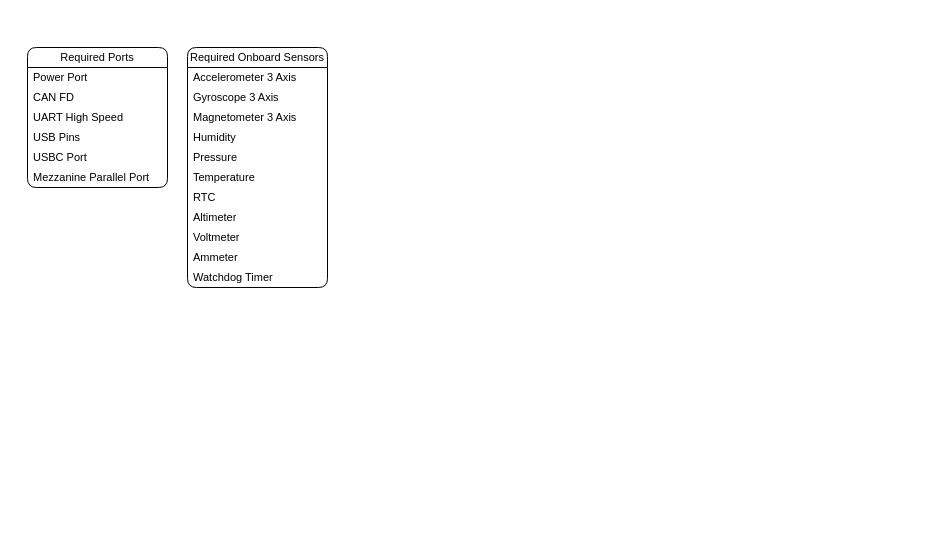
Before: page "Brainstorm" (2 of 2) of Documents/Diagram.drawio in Ornithopter-Project/Bird-Brain, a draw.io diagram. Source tidied: cells renumbered, new cells numbered last; positions are measured from the earlier drawing's top-left corner, leaving out a move shared by most shapes. Both pictures are drawn from the tidied source at 100%, with x=0, y=0 at pixel (27, 47).
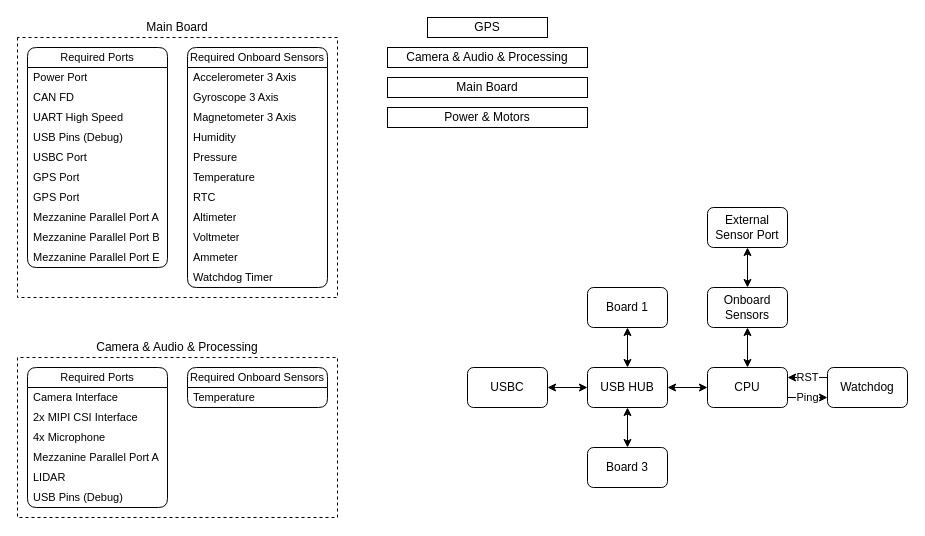
The same page after the edit.

The edit, as a diff of the source:
```diff
@@
     <mxCell id="2" value="Required Ports" style="swimlane;fontStyle=0;horizontal=1;startSize=20;whiteSpace=wrap;html=1;fontFamily=Helvetica;fontSize=11;fontColor=default;labelBackgroundColor=default;rounded=1;" parent="1" vertex="1">
-      <mxGeometry width="140" height="140" as="geometry" />
+      <mxGeometry width="140" height="220" as="geometry" />
     </mxCell>
@@
-    <mxCell id="6" value="USB Pins" style="text;strokeColor=none;fillColor=none;align=left;verticalAlign=middle;spacingLeft=4;spacingRight=4;overflow=hidden;whiteSpace=wrap;html=1;fontFamily=Helvetica;fontSize=11;fontColor=default;labelBackgroundColor=default;" parent="2" vertex="1">
+    <mxCell id="6" value="USB Pins (Debug)" style="text;strokeColor=none;fillColor=none;align=left;verticalAlign=middle;spacingLeft=4;spacingRight=4;overflow=hidden;whiteSpace=wrap;html=1;fontFamily=Helvetica;fontSize=11;fontColor=default;labelBackgroundColor=default;" parent="2" vertex="1">
       <mxGeometry y="80" width="140" height="20" as="geometry" />
     </mxCell>
@@
+    <mxCell id="21" value="GPS Port" style="text;strokeColor=none;fillColor=none;align=left;verticalAlign=middle;spacingLeft=4;spacingRight=4;overflow=hidden;whiteSpace=wrap;html=1;fontFamily=Helvetica;fontSize=11;fontColor=default;labelBackgroundColor=default;" parent="2" vertex="1">
+      <mxGeometry y="120" width="140" height="20" as="geometry" />
+    </mxCell>
+    <mxCell id="22" value="GPS Port" style="text;strokeColor=none;fillColor=none;align=left;verticalAlign=middle;spacingLeft=4;spacingRight=4;overflow=hidden;whiteSpace=wrap;html=1;fontFamily=Helvetica;fontSize=11;fontColor=default;labelBackgroundColor=default;" parent="2" vertex="1">
+      <mxGeometry y="140" width="140" height="20" as="geometry" />
+    </mxCell>
-    <mxCell id="8" value="Mezzanine Parallel Port" style="text;strokeColor=none;fillColor=none;align=left;verticalAlign=middle;spacingLeft=4;spacingRight=4;overflow=hidden;whiteSpace=wrap;html=1;fontFamily=Helvetica;fontSize=11;fontColor=default;labelBackgroundColor=default;" parent="2" vertex="1">
-      <mxGeometry y="120" width="140" height="20" as="geometry" />
+    <mxCell id="8" value="Mezzanine Parallel Port A" style="text;strokeColor=none;fillColor=none;align=left;verticalAlign=middle;spacingLeft=4;spacingRight=4;overflow=hidden;whiteSpace=wrap;html=1;fontFamily=Helvetica;fontSize=11;fontColor=default;labelBackgroundColor=default;" parent="2" vertex="1">
+      <mxGeometry y="160" width="140" height="20" as="geometry" />
     </mxCell>
+    <mxCell id="23" value="Mezzanine Parallel Port B" style="text;strokeColor=none;fillColor=none;align=left;verticalAlign=middle;spacingLeft=4;spacingRight=4;overflow=hidden;whiteSpace=wrap;html=1;fontFamily=Helvetica;fontSize=11;fontColor=default;labelBackgroundColor=default;" parent="2" vertex="1">
+      <mxGeometry y="180" width="140" height="20" as="geometry" />
+    </mxCell>
+    <mxCell id="24" value="Mezzanine Parallel Port E" style="text;strokeColor=none;fillColor=none;align=left;verticalAlign=middle;spacingLeft=4;spacingRight=4;overflow=hidden;whiteSpace=wrap;html=1;fontFamily=Helvetica;fontSize=11;fontColor=default;labelBackgroundColor=default;" parent="2" vertex="1">
+      <mxGeometry y="200" width="140" height="20" as="geometry" />
+    </mxCell>
@@
+    <mxCell id="25" value="Ping" style="edgeStyle=orthogonalEdgeStyle;rounded=0;jettySize=auto;html=1;exitX=1;exitY=0.75;exitDx=0;exitDy=0;entryX=0;entryY=0.75;entryDx=0;entryDy=0;" parent="1" edge="1" source="26" target="31">
+      <mxGeometry relative="1" as="geometry" />
+    </mxCell>
+    <mxCell id="26" value="CPU" style="rounded=1;whiteSpace=wrap;html=1;" parent="1" vertex="1">
+      <mxGeometry x="680" y="320" width="80" height="40" as="geometry" />
+    </mxCell>
+    <mxCell id="27" style="edgeStyle=orthogonalEdgeStyle;rounded=0;jettySize=auto;html=1;exitX=0.5;exitY=1;exitDx=0;exitDy=0;entryX=0.5;entryY=0;entryDx=0;entryDy=0;startArrow=classic;startFill=1;" parent="1" edge="1" source="29" target="26">
+      <mxGeometry relative="1" as="geometry" />
+    </mxCell>
+    <mxCell id="28" style="edgeStyle=orthogonalEdgeStyle;rounded=0;jettySize=auto;html=1;exitX=0.5;exitY=0;exitDx=0;exitDy=0;entryX=0.5;entryY=1;entryDx=0;entryDy=0;startArrow=classic;startFill=1;" parent="1" edge="1" source="29" target="32">
+      <mxGeometry relative="1" as="geometry" />
+    </mxCell>
+    <mxCell id="29" value="Onboard Sensors" style="rounded=1;whiteSpace=wrap;html=1;" parent="1" vertex="1">
+      <mxGeometry x="680" y="240" width="80" height="40" as="geometry" />
+    </mxCell>
+    <mxCell id="30" value="RST" style="edgeStyle=orthogonalEdgeStyle;rounded=0;jettySize=auto;html=1;exitX=0;exitY=0.25;exitDx=0;exitDy=0;entryX=1;entryY=0.25;entryDx=0;entryDy=0;" parent="1" edge="1" source="31" target="26">
+      <mxGeometry relative="1" as="geometry" />
+    </mxCell>
+    <mxCell id="31" value="Watchdog" style="rounded=1;whiteSpace=wrap;html=1;" parent="1" vertex="1">
+      <mxGeometry x="800" y="320" width="80" height="40" as="geometry" />
+    </mxCell>
+    <mxCell id="32" value="External Sensor Port" style="rounded=1;whiteSpace=wrap;html=1;" parent="1" vertex="1">
+      <mxGeometry x="680" y="160" width="80" height="40" as="geometry" />
+    </mxCell>
+    <mxCell id="33" value="Main Board" style="rounded=0;whiteSpace=wrap;html=1;" parent="1" vertex="1">
+      <mxGeometry x="360" y="30" width="200" height="20" as="geometry" />
+    </mxCell>
+    <mxCell id="34" value="Camera &amp;amp; Audio &amp;amp; Processing" style="rounded=0;whiteSpace=wrap;html=1;" parent="1" vertex="1">
+      <mxGeometry x="360" width="200" height="20" as="geometry" />
+    </mxCell>
+    <mxCell id="35" value="Power &amp;amp; Motors" style="rounded=0;whiteSpace=wrap;html=1;" parent="1" vertex="1">
+      <mxGeometry x="360" y="60" width="200" height="20" as="geometry" />
+    </mxCell>
+    <mxCell id="36" style="endArrow=none;dashed=1;html=1;rounded=0;" parent="1" edge="1">
+      <mxGeometry relative="1" as="geometry">
+        <mxPoint x="-10" y="-10" as="sourcePoint" />
+        <mxPoint x="-10" y="-10" as="targetPoint" />
+        <Array as="points">
+          <mxPoint x="-10" y="250" />
+          <mxPoint x="310" y="250" />
+          <mxPoint x="310" y="-10" />
+        </Array>
+      </mxGeometry>
+    </mxCell>
+    <mxCell id="37" value="Main Board" style="text;html=1;align=center;verticalAlign=middle;whiteSpace=wrap;rounded=0;" parent="1" vertex="1">
+      <mxGeometry x="110" y="-30" width="80" height="20" as="geometry" />
+    </mxCell>
+    <mxCell id="38" value="Required Ports" style="swimlane;fontStyle=0;horizontal=1;startSize=20;whiteSpace=wrap;html=1;fontFamily=Helvetica;fontSize=11;fontColor=default;labelBackgroundColor=default;rounded=1;" parent="1" vertex="1">
+      <mxGeometry y="320" width="140" height="140" as="geometry" />
+    </mxCell>
+    <mxCell id="39" value="Camera Interface" style="text;strokeColor=none;fillColor=none;align=left;verticalAlign=middle;spacingLeft=4;spacingRight=4;overflow=hidden;whiteSpace=wrap;html=1;fontFamily=Helvetica;fontSize=11;fontColor=default;labelBackgroundColor=default;" parent="38" vertex="1">
+      <mxGeometry y="20" width="140" height="20" as="geometry" />
+    </mxCell>
+    <mxCell id="40" value="2x MIPI CSI Interface" style="text;strokeColor=none;fillColor=none;align=left;verticalAlign=middle;spacingLeft=4;spacingRight=4;overflow=hidden;whiteSpace=wrap;html=1;fontFamily=Helvetica;fontSize=11;fontColor=default;labelBackgroundColor=default;" parent="38" vertex="1">
+      <mxGeometry y="40" width="140" height="20" as="geometry" />
+    </mxCell>
+    <mxCell id="41" value="4x Microphone" style="text;strokeColor=none;fillColor=none;align=left;verticalAlign=middle;spacingLeft=4;spacingRight=4;overflow=hidden;whiteSpace=wrap;html=1;fontFamily=Helvetica;fontSize=11;fontColor=default;labelBackgroundColor=default;" parent="38" vertex="1">
+      <mxGeometry y="60" width="140" height="20" as="geometry" />
+    </mxCell>
+    <mxCell id="42" value="Mezzanine Parallel Port A" style="text;strokeColor=none;fillColor=none;align=left;verticalAlign=middle;spacingLeft=4;spacingRight=4;overflow=hidden;whiteSpace=wrap;html=1;fontFamily=Helvetica;fontSize=11;fontColor=default;labelBackgroundColor=default;" parent="38" vertex="1">
+      <mxGeometry y="80" width="140" height="20" as="geometry" />
+    </mxCell>
+    <mxCell id="43" value="LIDAR" style="text;strokeColor=none;fillColor=none;align=left;verticalAlign=middle;spacingLeft=4;spacingRight=4;overflow=hidden;whiteSpace=wrap;html=1;fontFamily=Helvetica;fontSize=11;fontColor=default;labelBackgroundColor=default;" parent="38" vertex="1">
+      <mxGeometry y="100" width="140" height="20" as="geometry" />
+    </mxCell>
+    <mxCell id="44" value="USB Pins (Debug)" style="text;strokeColor=none;fillColor=none;align=left;verticalAlign=middle;spacingLeft=4;spacingRight=4;overflow=hidden;whiteSpace=wrap;html=1;fontFamily=Helvetica;fontSize=11;fontColor=default;labelBackgroundColor=default;" parent="38" vertex="1">
+      <mxGeometry y="120" width="140" height="20" as="geometry" />
+    </mxCell>
+    <mxCell id="45" value="Required Onboard Sensors" style="swimlane;fontStyle=0;horizontal=1;startSize=20;whiteSpace=wrap;html=1;fontFamily=Helvetica;fontSize=11;fontColor=default;labelBackgroundColor=default;rounded=1;" parent="1" vertex="1">
+      <mxGeometry x="160" y="320" width="140" height="40" as="geometry" />
+    </mxCell>
+    <mxCell id="46" value="Temperature" style="text;strokeColor=none;fillColor=none;align=left;verticalAlign=middle;spacingLeft=4;spacingRight=4;overflow=hidden;whiteSpace=wrap;html=1;fontFamily=Helvetica;fontSize=11;fontColor=default;labelBackgroundColor=default;" parent="45" vertex="1">
+      <mxGeometry y="20" width="140" height="20" as="geometry" />
+    </mxCell>
+    <mxCell id="47" value="Camera &amp;amp; Audio &amp;amp; Processing" style="text;html=1;align=center;verticalAlign=middle;whiteSpace=wrap;rounded=0;" parent="1" vertex="1">
+      <mxGeometry x="60" y="290" width="180" height="20" as="geometry" />
+    </mxCell>
+    <mxCell id="48" value="GPS" style="rounded=0;whiteSpace=wrap;html=1;" parent="1" vertex="1">
+      <mxGeometry x="400" y="-30" width="120" height="20" as="geometry" />
+    </mxCell>
+    <mxCell id="49" style="edgeStyle=orthogonalEdgeStyle;rounded=0;jettySize=auto;html=1;exitX=1;exitY=0.5;exitDx=0;exitDy=0;entryX=0;entryY=0.5;entryDx=0;entryDy=0;startArrow=classic;startFill=1;" parent="1" edge="1" source="52" target="26">
+      <mxGeometry relative="1" as="geometry" />
+    </mxCell>
+    <mxCell id="50" style="edgeStyle=orthogonalEdgeStyle;rounded=0;jettySize=auto;html=1;exitX=0.5;exitY=0;exitDx=0;exitDy=0;entryX=0.5;entryY=1;entryDx=0;entryDy=0;startArrow=classic;startFill=1;" parent="1" edge="1" source="52" target="53">
+      <mxGeometry relative="1" as="geometry" />
+    </mxCell>
+    <mxCell id="51" style="edgeStyle=orthogonalEdgeStyle;rounded=0;jettySize=auto;html=1;exitX=0.5;exitY=1;exitDx=0;exitDy=0;entryX=0.5;entryY=0;entryDx=0;entryDy=0;startArrow=classic;startFill=1;" parent="1" edge="1" source="52" target="54">
+      <mxGeometry relative="1" as="geometry" />
+    </mxCell>
+    <mxCell id="52" value="USB HUB" style="rounded=1;whiteSpace=wrap;html=1;" parent="1" vertex="1">
+      <mxGeometry x="560" y="320" width="80" height="40" as="geometry" />
+    </mxCell>
+    <mxCell id="53" value="Board 1" style="rounded=1;whiteSpace=wrap;html=1;" parent="1" vertex="1">
+      <mxGeometry x="560" y="240" width="80" height="40" as="geometry" />
+    </mxCell>
+    <mxCell id="54" value="Board 3" style="rounded=1;whiteSpace=wrap;html=1;" parent="1" vertex="1">
+      <mxGeometry x="560" y="400" width="80" height="40" as="geometry" />
+    </mxCell>
+    <mxCell id="55" style="edgeStyle=orthogonalEdgeStyle;rounded=0;jettySize=auto;html=1;exitX=1;exitY=0.5;exitDx=0;exitDy=0;entryX=0;entryY=0.5;entryDx=0;entryDy=0;startArrow=classic;startFill=1;" parent="1" edge="1" source="56" target="52">
+      <mxGeometry relative="1" as="geometry" />
+    </mxCell>
+    <mxCell id="56" value="USBC" style="rounded=1;whiteSpace=wrap;html=1;" parent="1" vertex="1">
+      <mxGeometry x="440" y="320" width="80" height="40" as="geometry" />
+    </mxCell>
+    <mxCell id="57" style="endArrow=none;dashed=1;html=1;rounded=0;" parent="1" edge="1">
+      <mxGeometry relative="1" as="geometry">
+        <mxPoint x="-10" y="310" as="sourcePoint" />
+        <mxPoint x="-10" y="310" as="targetPoint" />
+        <Array as="points">
+          <mxPoint x="-10" y="470" />
+          <mxPoint x="310" y="470" />
+          <mxPoint x="310" y="310" />
+        </Array>
+      </mxGeometry>
+    </mxCell>
```
